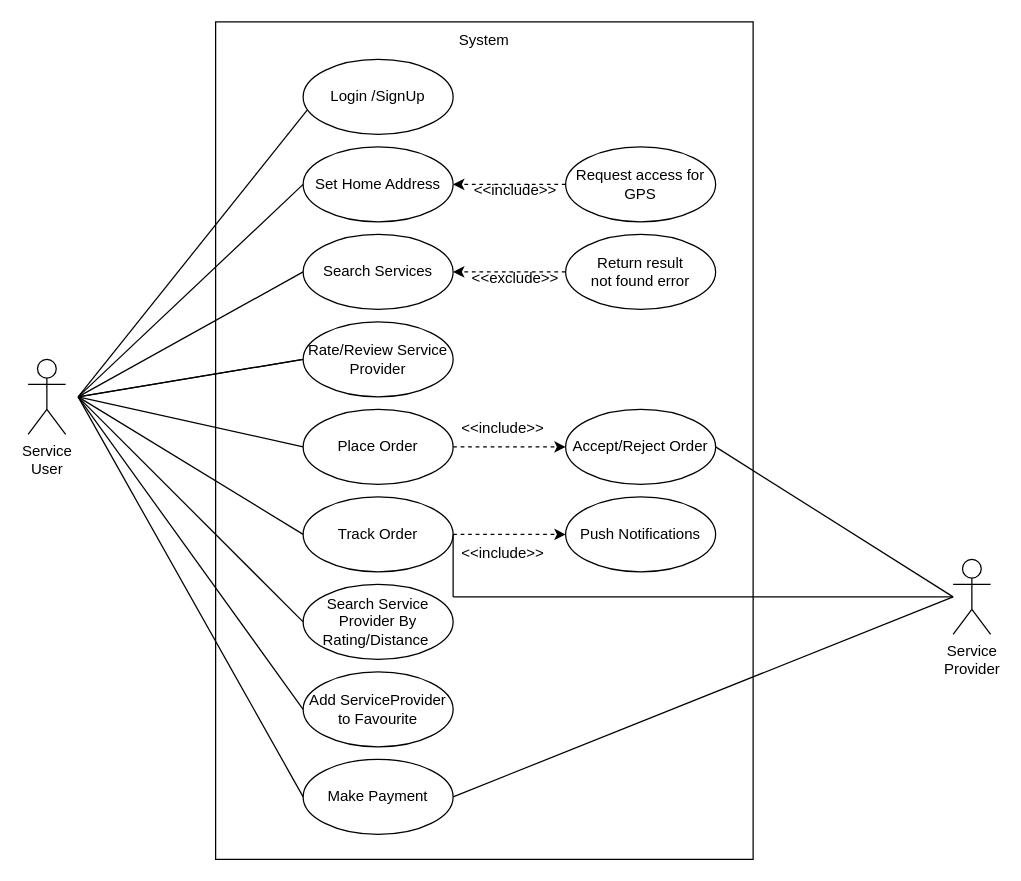
Pabitapun23/Instant-Sewa-Api keeps this draw.io diagram as Report/usecase diagram of serviceuser.drawio. Above is the earlier version. Source tidied: cells renumbered, new cells numbered last; positions are measured from the earlier drawing's top-left corner, leaving out a move shared by most shapes. Both pictures are drawn from the tidied source at 125%, with x=0, y=0 at pixel (28, 21).
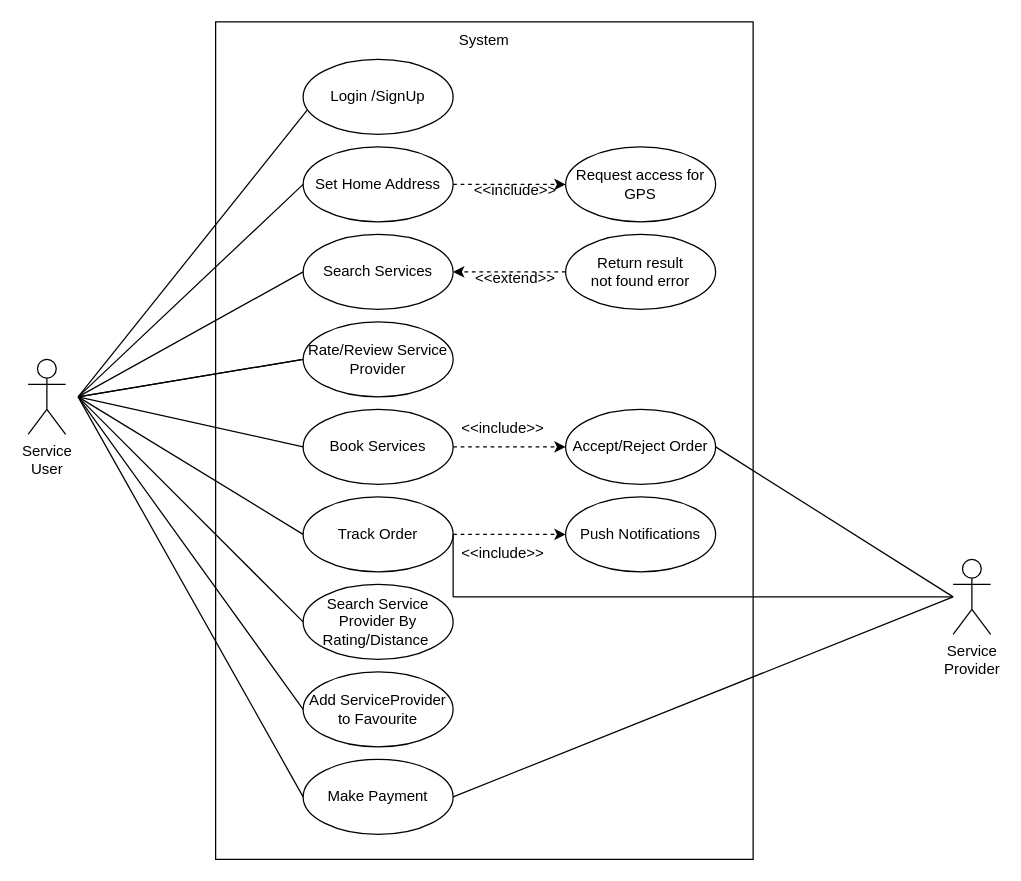
After the change.

The change refers to these unchanged cells:
```xml
<mxCell id="3" style="group;" parent="2" vertex="1">
  <mxGeometry x="150" width="430" height="670" as="geometry" />
</mxCell>
<mxCell id="6" value="Set Home Address" style="ellipse;whiteSpace=wrap;html=1;" parent="3" vertex="1">
  <mxGeometry x="70" y="100" width="120" height="60" as="geometry" />
</mxCell>
<mxCell id="15" value="Request access for GPS" style="ellipse;whiteSpace=wrap;html=1;" parent="3" vertex="1">
  <mxGeometry x="280" y="100" width="120" height="60" as="geometry" />
</mxCell>
```

Diff of the diagram source:
```diff
@@
-    <mxCell id="9" value="Place Order" style="ellipse;whiteSpace=wrap;html=1;" parent="3" vertex="1">
+    <mxCell id="9" value="Book Services" style="ellipse;whiteSpace=wrap;html=1;" parent="3" vertex="1">
       <mxGeometry x="70" y="310" width="120" height="60" as="geometry" />
     </mxCell>
@@
-    <mxCell id="14" style="edgeStyle=orthogonalEdgeStyle;rounded=0;jettySize=auto;html=1;dashed=1;" parent="3" edge="1" source="15" target="6">
+    <mxCell id="14" style="edgeStyle=orthogonalEdgeStyle;rounded=0;jettySize=auto;html=1;dashed=1;" parent="3" edge="1" source="6" target="15">
       <mxGeometry relative="1" as="geometry" />
     </mxCell>
@@
-    <mxCell id="23" value="&amp;lt;&amp;lt;exclude&amp;gt;&amp;gt;" style="text;html=1;strokeColor=none;fillColor=none;align=center;verticalAlign=middle;whiteSpace=wrap;rounded=0;" parent="3" vertex="1">
+    <mxCell id="23" value="&amp;lt;&amp;lt;extend&amp;gt;&amp;gt;" style="text;html=1;strokeColor=none;fillColor=none;align=center;verticalAlign=middle;whiteSpace=wrap;rounded=0;" parent="3" vertex="1">
       <mxGeometry x="210" y="190" width="60" height="30" as="geometry" />
     </mxCell>
```
